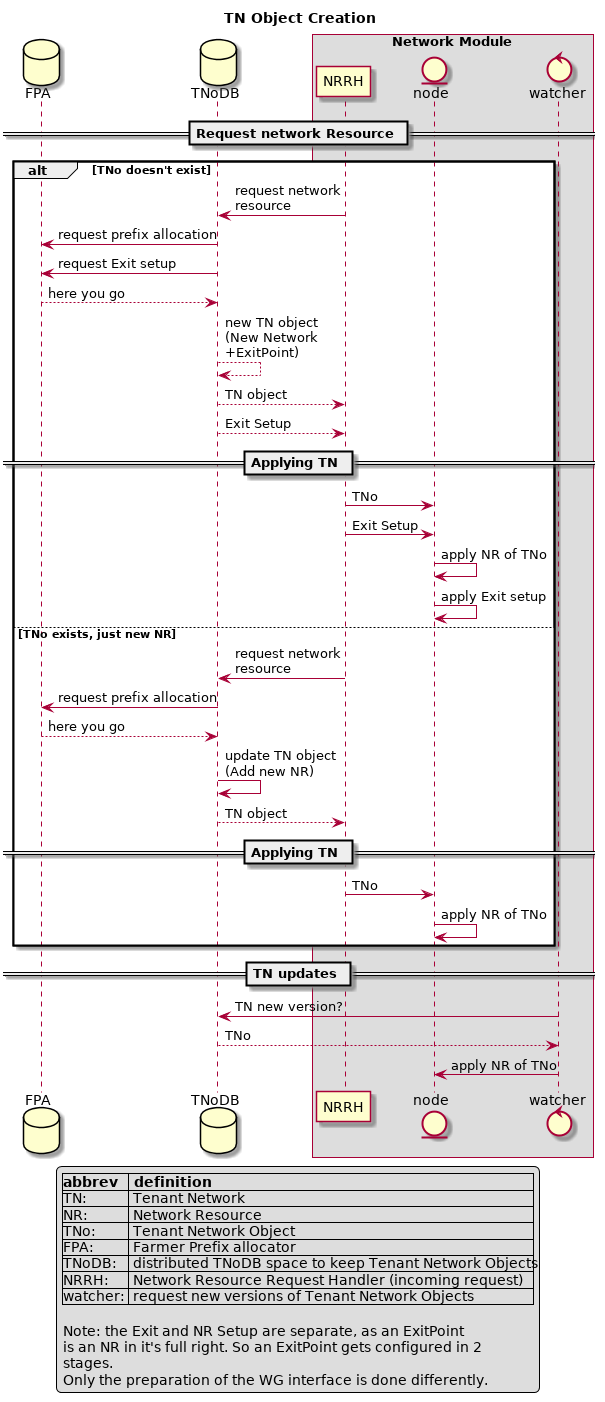
This is specs/network/TN_Obj_creation_update.png from threefoldtech/zos, a PlantUML export, as it was before one commit. The source it was exported from:
```plantuml
@startuml
title TN Object Creation
database FPA
database TNoDB
box Network Module
participant NRRH
entity node
control watcher
endbox

== Request network Resource ==
alt TNo doesn't exist
NRRH -> TNoDB : request network\nresource
TNoDB -> FPA : request prefix allocation
TNoDB -> FPA : request Exit setup
FPA --> TNoDB : here you go
TNoDB -->TNoDB :new TN object\n(New Network\n+ExitPoint)
TNoDB --> NRRH : TN object
TNoDB --> NRRH : Exit Setup
== Applying TN ==
NRRH -> node : TNo
NRRH -> node : Exit Setup
node <- node : apply NR of TNo
node <- node : apply Exit setup
else TNo exists, just new NR
NRRH -> TNoDB : request network\nresource
TNoDB -> FPA : request prefix allocation
FPA --> TNoDB : here you go
TNoDB->TNoDB :update TN object\n(Add new NR)
TNoDB --> NRRH : TN object
== Applying TN ==
NRRH -> node : TNo
node <- node : apply NR of TNo

end
== TN updates ==
watcher -> TNoDB : TN new version?
watcher <-- TNoDB : TNo
watcher -> node : apply NR of TNo


legend
|=abbrev  | definition   |
|TN:      | Tenant Network|
|NR:       | Network Resource |
|TNo:     | Tenant Network Object |
|FPA:     | Farmer Prefix allocator|
|TNoDB:   | distributed TNoDB space to keep Tenant Network Objects|
|NRRH:     | Network Resource Request Handler (incoming request)|
|watcher: | request new versions of Tenant Network Objects|

Note: the Exit and NR Setup are separate, as an ExitPoint
is an NR in it's full right. So an ExitPoint gets configured in 2
stages.
Only the preparation of the WG interface is done differently.
endlegend
@enduml
```
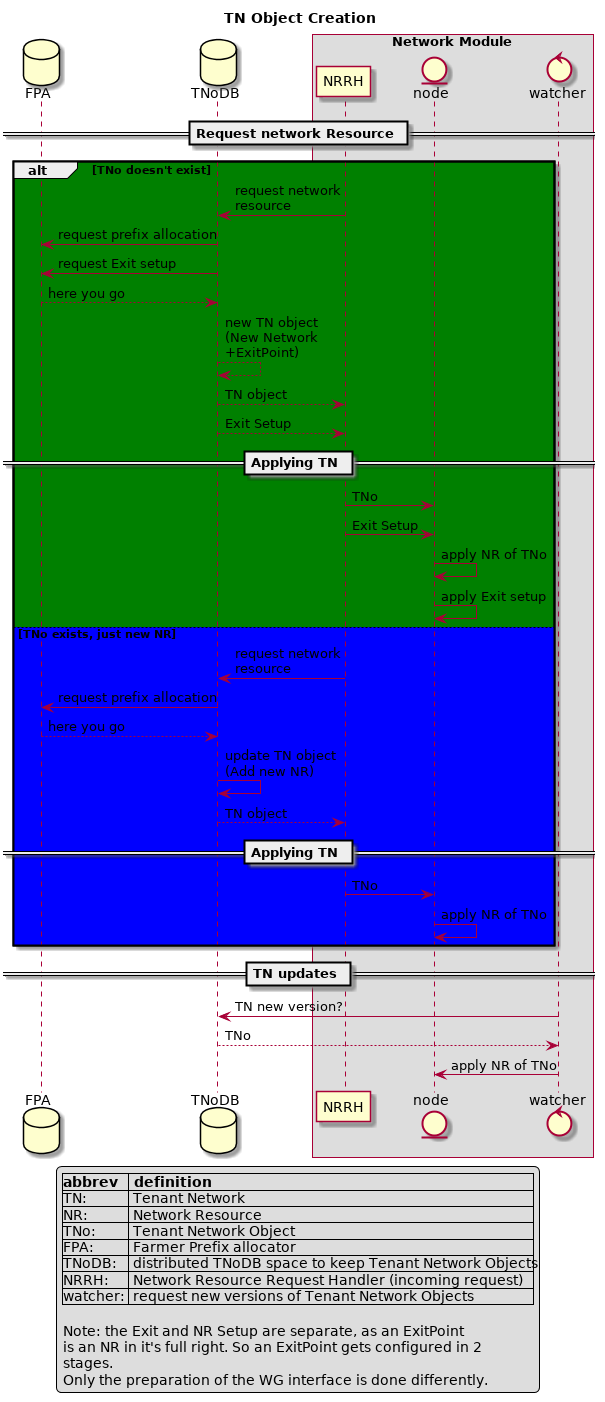
The same diagram one commit later.

Commit message:
update uml for TNo Creation

What changed in the source:
```diff
@@ -9,7 +9,7 @@
 endbox
 
 == Request network Resource ==
-alt TNo doesn't exist
+alt #green TNo doesn't exist
 NRRH -> TNoDB : request network\nresource
 TNoDB -> FPA : request prefix allocation
 TNoDB -> FPA : request Exit setup
@@ -22,7 +22,7 @@
 NRRH -> node : Exit Setup
 node <- node : apply NR of TNo
 node <- node : apply Exit setup
-else TNo exists, just new NR
+else #blue TNo exists, just new NR
 NRRH -> TNoDB : request network\nresource
 TNoDB -> FPA : request prefix allocation
 FPA --> TNoDB : here you go
```
